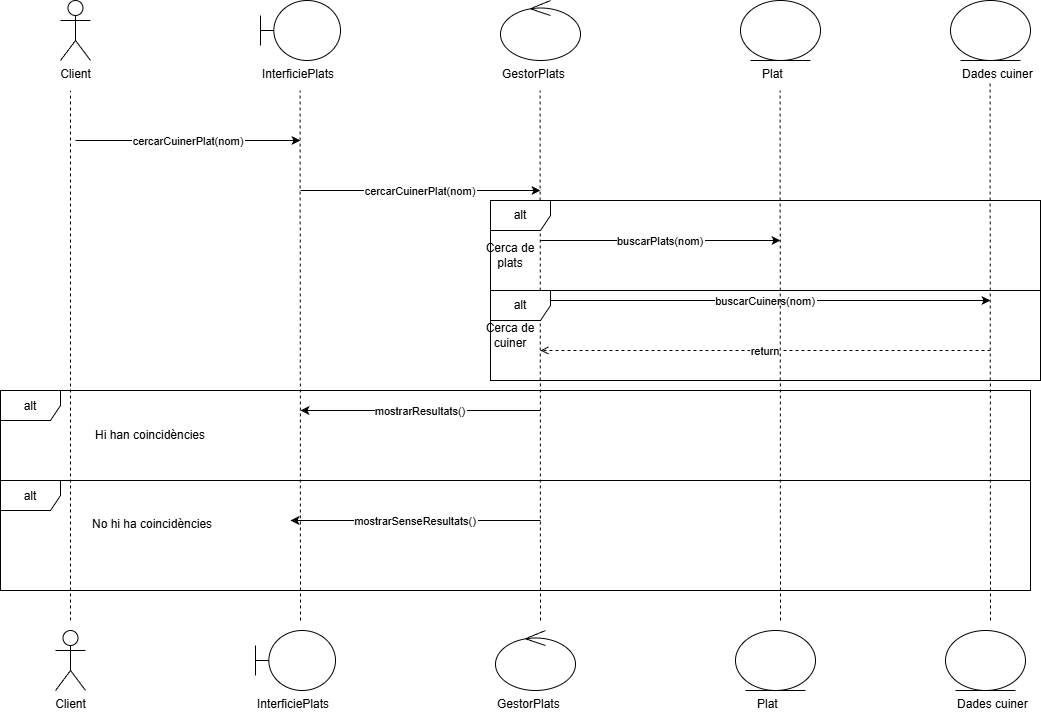
Before: Diagrames/Diagrames seqüència/Diagrames Sebastián Díaz Carrasco/cercar_cuiner_plat.png, a diagram exported from draw.io (MarcelPainos/ES26UAB-431-12). Source tidied: cells renumbered, new cells last; positions are measured from the earlier drawing's top-left corner, leaving out a move shared by most shapes.
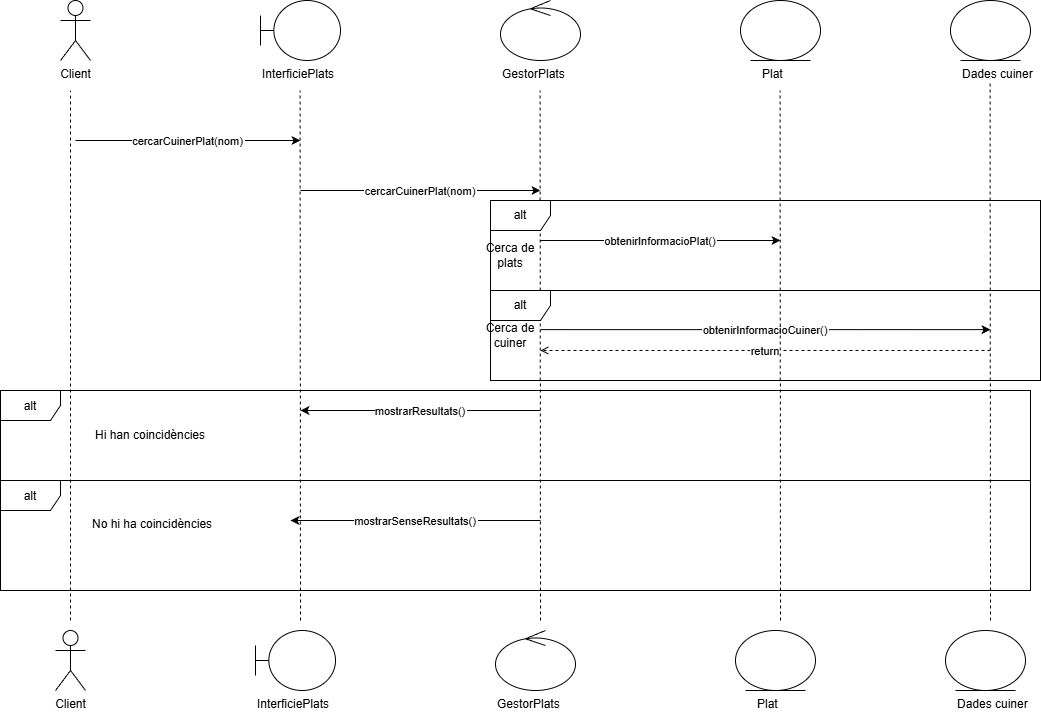
Later version of the same file.

Change to the diagram source:
```diff
@@ -41,16 +41,16 @@
         <mxPoint x="540" y="190" as="targetPoint" />
       </mxGeometry>
     </mxCell>
-    <mxCell id="13" value="buscarPlats(nom)" style="endArrow=classic;" parent="1" edge="1">
+    <mxCell id="13" value="obtenirInformacioPlat()" style="endArrow=classic;" parent="1" edge="1">
       <mxGeometry relative="1" as="geometry">
         <mxPoint x="540" y="240" as="sourcePoint" />
         <mxPoint x="780" y="240" as="targetPoint" />
       </mxGeometry>
     </mxCell>
-    <mxCell id="14" value="buscarCuiners(nom)" style="endArrow=classic;" parent="1" edge="1">
+    <mxCell id="14" value="obtenirInformacioCuiner()" style="endArrow=classic;" parent="1" edge="1">
       <mxGeometry relative="1" as="geometry">
-        <mxPoint x="540" y="300" as="sourcePoint" />
-        <mxPoint x="990" y="300" as="targetPoint" />
+        <mxPoint x="540" y="329.2" as="sourcePoint" />
+        <mxPoint x="990" y="329.2" as="targetPoint" />
       </mxGeometry>
     </mxCell>
     <mxCell id="15" value="return" style="endArrow=open;dashed=1;" parent="1" edge="1">
```
